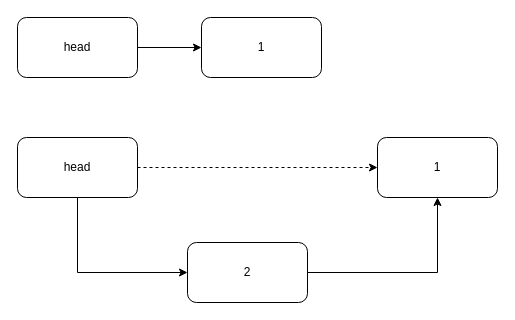
hashyong/drawio keeps this draw.io diagram as lt01.drawio. Above is the earlier version. Source tidied: cells renumbered, new cells numbered last; positions are measured from the earlier drawing's top-left corner, leaving out a move shared by most shapes. Both pictures are drawn from the tidied source at 100%, with x=0, y=0 at pixel (17, 17).
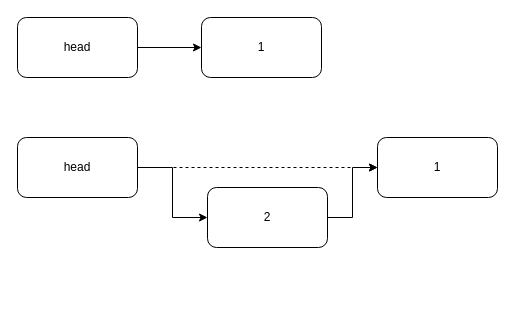
Above is the later version.

Change to the diagram source:
```diff
@@
 <mxGraphModel>
   <root>
     <mxCell id="0" />
     <mxCell id="1" parent="0" />
     <mxCell id="2" style="edgeStyle=orthogonalEdgeStyle;rounded=0;jettySize=auto;html=1;exitX=1;exitY=0.5;exitDx=0;exitDy=0;entryX=0;entryY=0.5;entryDx=0;entryDy=0;" parent="1" edge="1" source="3" target="4">
       <mxGeometry relative="1" as="geometry" />
     </mxCell>
     <mxCell id="3" value="head" style="rounded=1;whiteSpace=wrap;html=1;" parent="1" vertex="1">
       <mxGeometry width="120" height="60" as="geometry" />
     </mxCell>
     <mxCell id="4" value="1" style="rounded=1;whiteSpace=wrap;html=1;" parent="1" vertex="1">
       <mxGeometry x="184" width="120" height="60" as="geometry" />
     </mxCell>
+    <mxCell id="6" style="edgeStyle=orthogonalEdgeStyle;rounded=0;jettySize=auto;html=1;exitX=1;exitY=0.5;exitDx=0;exitDy=0;entryX=0;entryY=0.5;entryDx=0;entryDy=0;dashed=1;" parent="1" edge="1" source="7" target="8">
+      <mxGeometry relative="1" as="geometry" />
+    </mxCell>
-    <mxCell id="5" style="edgeStyle=orthogonalEdgeStyle;rounded=0;jettySize=auto;html=1;exitX=0.5;exitY=1;exitDx=0;exitDy=0;entryX=0;entryY=0.5;entryDx=0;entryDy=0;" parent="1" edge="1" source="7" target="10">
+    <mxCell id="5" style="edgeStyle=orthogonalEdgeStyle;rounded=0;jettySize=auto;html=1;exitX=1;exitY=0.5;exitDx=0;exitDy=0;entryX=0;entryY=0.5;entryDx=0;entryDy=0;" parent="1" edge="1" source="7" target="10">
       <mxGeometry relative="1" as="geometry" />
     </mxCell>
-    <mxCell id="6" style="edgeStyle=orthogonalEdgeStyle;rounded=0;jettySize=auto;html=1;exitX=1;exitY=0.5;exitDx=0;exitDy=0;entryX=0;entryY=0.5;entryDx=0;entryDy=0;dashed=1;" parent="1" edge="1" source="7" target="8">
-      <mxGeometry relative="1" as="geometry" />
-    </mxCell>
     <mxCell id="7" value="head" style="rounded=1;whiteSpace=wrap;html=1;" parent="1" vertex="1">
       <mxGeometry y="120" width="120" height="60" as="geometry" />
     </mxCell>
     <mxCell id="8" value="1" style="rounded=1;whiteSpace=wrap;html=1;" parent="1" vertex="1">
       <mxGeometry x="360" y="120" width="120" height="60" as="geometry" />
     </mxCell>
-    <mxCell id="9" style="edgeStyle=orthogonalEdgeStyle;rounded=0;jettySize=auto;html=1;exitX=1;exitY=0.5;exitDx=0;exitDy=0;entryX=0.5;entryY=1;entryDx=0;entryDy=0;" parent="1" edge="1" source="10" target="8">
+    <mxCell id="9" style="edgeStyle=orthogonalEdgeStyle;rounded=0;jettySize=auto;html=1;exitX=1;exitY=0.5;exitDx=0;exitDy=0;entryX=0;entryY=0.5;entryDx=0;entryDy=0;" parent="1" edge="1" source="10" target="8">
       <mxGeometry relative="1" as="geometry" />
     </mxCell>
     <mxCell id="10" value="2" style="rounded=1;whiteSpace=wrap;html=1;" parent="1" vertex="1">
-      <mxGeometry x="170" y="225" width="120" height="60" as="geometry" />
+      <mxGeometry x="190" y="170" width="120" height="60" as="geometry" />
     </mxCell>
   </root>
 </mxGraphModel>
```
